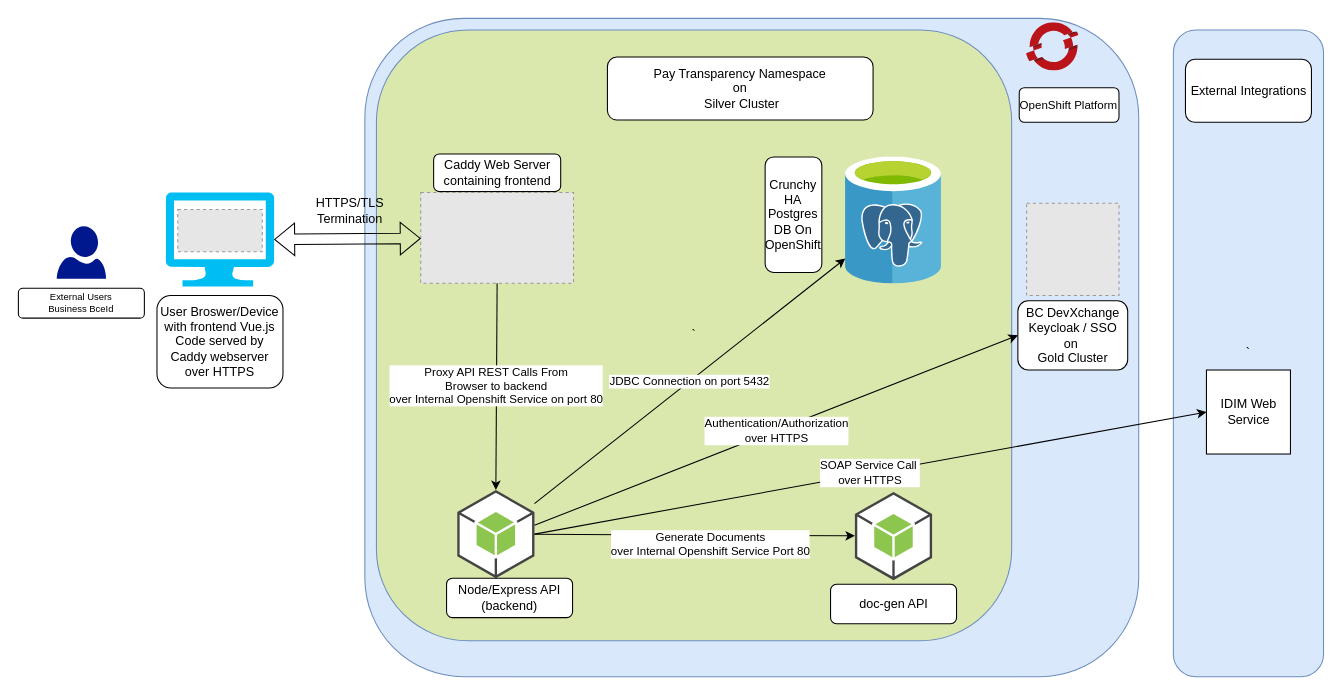
Before: .diagrams/architecture/fin-pay-transparency.drawio in bcgov/fin-pay-transparency, a draw.io diagram. Source tidied: cells renumbered, new cells numbered last; positions are measured from the earlier drawing's top-left corner, leaving out a move shared by most shapes. Both pictures are drawn from the tidied source at 105%, with x=0, y=0 at pixel (18, 18). Pictures stored in the file or linked from it are replaced by grey dashed boxes.
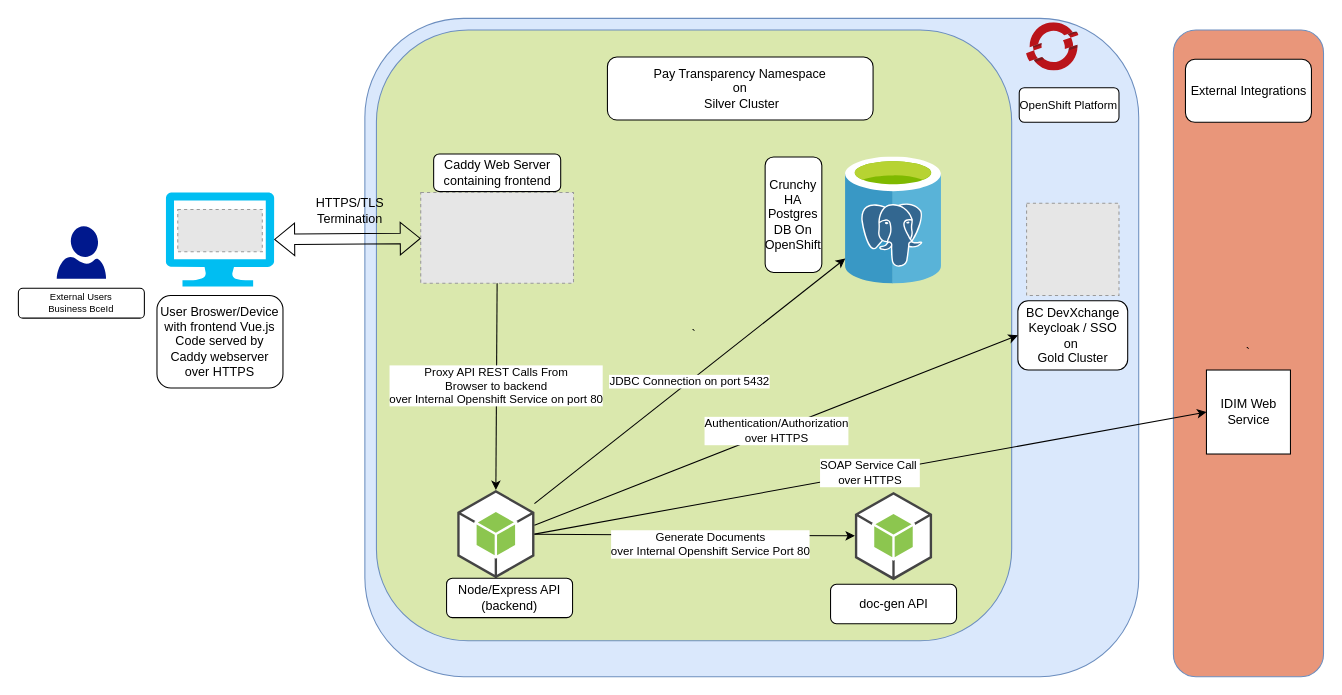
The same page after the edit.

Commit message (it also covers changes not shown here):
Updated Architecture Diagram with Network details

What changed in the source:
```diff
@@
-    <mxCell id="29" value="`" style="rounded=1;whiteSpace=wrap;html=1;fillColor=#dae8fc;strokeColor=#6c8ebf;" parent="1" vertex="1">
+    <mxCell id="29" value="`" style="rounded=1;whiteSpace=wrap;html=1;fillColor=#E9967A;strokeColor=#6c8ebf;" parent="1" vertex="1">
       <mxGeometry x="1100" y="11" width="143" height="616" as="geometry" />
     </mxCell>
```
